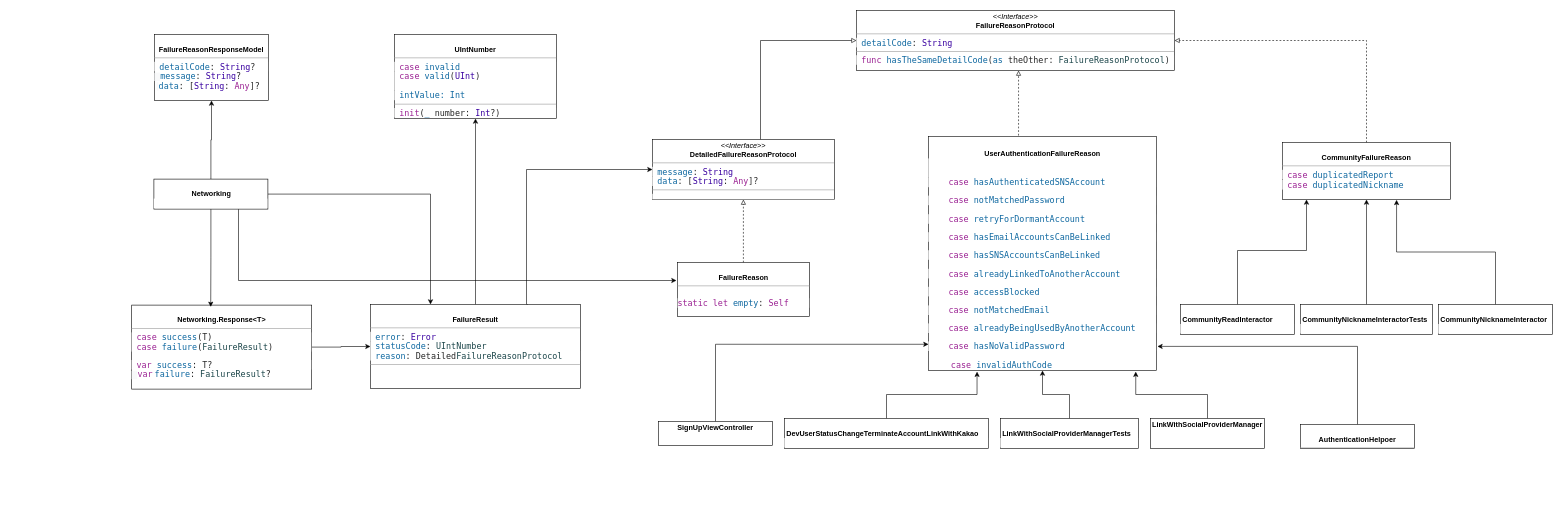
Above: Networking.drawio in gookhee/diagrams (draw.io), before the change. Source tidied: cells renumbered, new cells numbered last; positions are measured from the earlier drawing's top-left corner, leaving out a move shared by most shapes. Both pictures are drawn from the tidied source at 60%, with x=0, y=0 at pixel (131, 10).
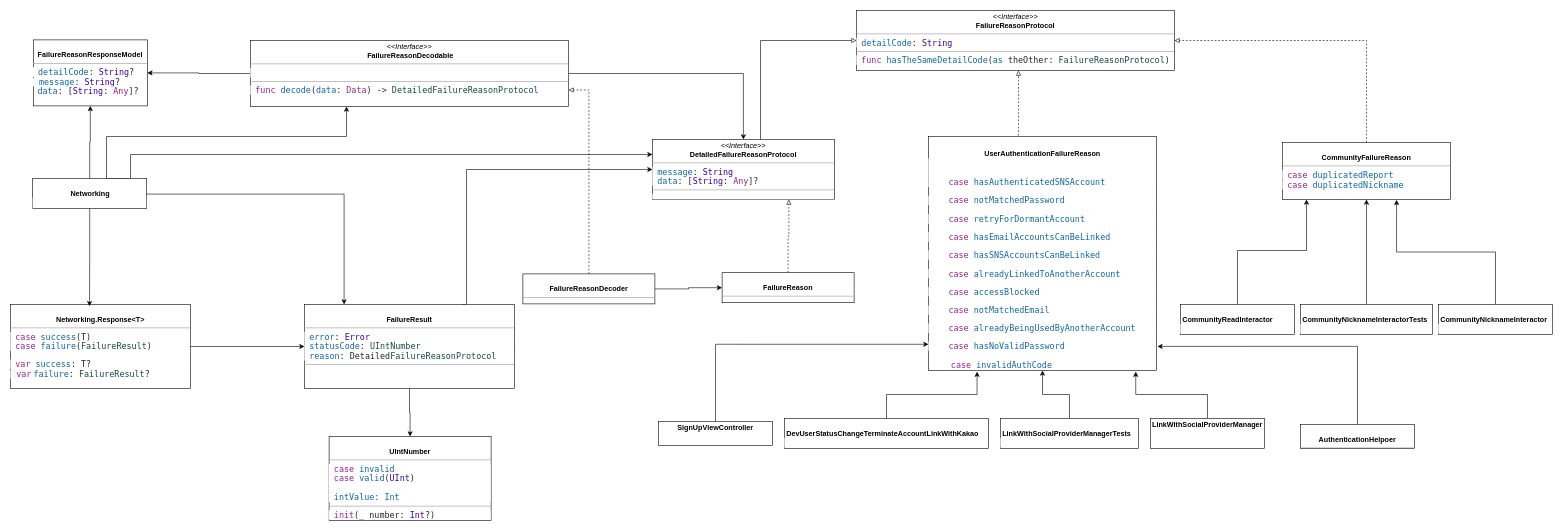
After the change.

Unchanged cells that the change refers to:
```xml
<mxCell id="38" value="&lt;p style=&quot;margin: 0px ; margin-top: 4px ; text-align: center&quot;&gt;&lt;i&gt;&amp;lt;&amp;lt;Interface&amp;gt;&amp;gt;&lt;/i&gt;&lt;br&gt;&lt;b&gt;DetailedFailureReasonProtocol&lt;/b&gt;&lt;/p&gt;&lt;hr size=&quot;1&quot;&gt;&lt;p style=&quot;margin: 0px ; font-stretch: normal ; font-size: 14px ; line-height: normal ; font-family: &amp;#34;menlo&amp;#34; ; background-color: rgb(255 , 255 , 255)&quot;&gt;&lt;span style=&quot;color: rgba(0 , 0 , 0 , 0.85)&quot;&gt;&amp;nbsp;&lt;/span&gt;&lt;span style=&quot;color: rgb(15 , 104 , 160)&quot;&gt;message&lt;/span&gt;&lt;span style=&quot;color: rgba(0 , 0 , 0 , 0.85)&quot;&gt;:&amp;nbsp;&lt;/span&gt;&lt;span style=&quot;color: rgb(57 , 0 , 160)&quot;&gt;String&lt;/span&gt;&lt;/p&gt;&lt;p style=&quot;margin: 0px ; font-stretch: normal ; font-size: 14px ; line-height: normal ; font-family: &amp;#34;menlo&amp;#34; ; color: rgba(0 , 0 , 0 , 0.85) ; background-color: rgb(255 , 255 , 255)&quot;&gt;&amp;nbsp;&lt;span style=&quot;color: rgb(15 , 104 , 160)&quot;&gt;data&lt;/span&gt;: [&lt;span style=&quot;color: rgb(57 , 0 , 160)&quot;&gt;String&lt;/span&gt;:&amp;nbsp;&lt;span style=&quot;color: rgb(155 , 35 , 147)&quot;&gt;Any&lt;/span&gt;]?&lt;/p&gt;&lt;hr size=&quot;1&quot;&gt;&lt;p style=&quot;margin: 0px ; font-stretch: normal ; font-size: 14px ; line-height: normal ; font-family: &amp;#34;menlo&amp;#34; ; color: rgb(15 , 104 , 160) ; background-color: rgb(255 , 255 , 255)&quot;&gt;&lt;br&gt;&lt;/p&gt;" style="verticalAlign=top;align=left;overflow=fill;fontSize=12;fontFamily=Helvetica;html=1;" parent="1" vertex="1">
  <mxGeometry x="868" y="215" width="303" height="100" as="geometry" />
</mxCell>
```

Diff of the diagram source:
```diff
@@
-    <mxCell id="4" style="edgeStyle=orthogonalEdgeStyle;rounded=0;jettySize=auto;html=1;entryX=0.5;entryY=1;entryDx=0;entryDy=0;endArrow=block;endFill=0;dashed=1;" parent="1" edge="1" source="5" target="38">
+    <mxCell id="4" style="edgeStyle=orthogonalEdgeStyle;rounded=0;jettySize=auto;html=1;entryX=0.75;entryY=1;entryDx=0;entryDy=0;endArrow=block;endFill=0;dashed=1;" parent="1" edge="1" source="5" target="38">
       <mxGeometry relative="1" as="geometry" />
     </mxCell>
-    <mxCell id="5" value="&lt;p style=&quot;margin: 0px ; margin-top: 4px ; text-align: center&quot;&gt;&lt;br&gt;&lt;b&gt;FailureReason&lt;/b&gt;&lt;/p&gt;&lt;hr size=&quot;1&quot;&gt;&lt;p style=&quot;margin: 0px ; font-stretch: normal ; font-size: 14px ; line-height: normal ; font-family: &amp;#34;menlo&amp;#34; ; background-color: rgb(255 , 255 , 255)&quot;&gt;&lt;/p&gt;&lt;p style=&quot;margin: 0px ; margin-left: 4px&quot;&gt;&lt;br&gt;&lt;/p&gt;&lt;p style=&quot;margin: 0px ; font-stretch: normal ; font-size: 14px ; line-height: normal ; font-family: &amp;#34;menlo&amp;#34; ; color: rgb(155 , 35 , 147) ; background-color: rgb(255 , 255 , 255)&quot;&gt;static&lt;span style=&quot;color: rgba(0 , 0 , 0 , 0.85)&quot;&gt; &lt;/span&gt;let&lt;span style=&quot;color: rgba(0 , 0 , 0 , 0.85)&quot;&gt; &lt;/span&gt;&lt;span style=&quot;color: #0f68a0&quot;&gt;empty&lt;/span&gt;&lt;span style=&quot;color: rgba(0 , 0 , 0 , 0.85)&quot;&gt;: &lt;/span&gt;Self&lt;/p&gt;" style="verticalAlign=top;align=left;overflow=fill;fontSize=12;fontFamily=Helvetica;html=1;" parent="1" vertex="1">
-      <mxGeometry x="909.5" y="420" width="220" height="90" as="geometry" />
+    <mxCell id="5" value="&lt;p style=&quot;margin: 0px ; margin-top: 4px ; text-align: center&quot;&gt;&lt;br&gt;&lt;b&gt;FailureReason&lt;/b&gt;&lt;/p&gt;&lt;hr size=&quot;1&quot;&gt;&lt;p style=&quot;margin: 0px ; font-stretch: normal ; font-size: 14px ; line-height: normal ; font-family: &amp;#34;menlo&amp;#34; ; background-color: rgb(255 , 255 , 255)&quot;&gt;&lt;/p&gt;&lt;p style=&quot;margin: 0px ; margin-left: 4px&quot;&gt;&lt;br&gt;&lt;/p&gt;&lt;p style=&quot;margin: 0px ; font-stretch: normal ; font-size: 14px ; line-height: normal ; font-family: &amp;#34;menlo&amp;#34; ; color: rgb(155 , 35 , 147) ; background-color: rgb(255 , 255 , 255)&quot;&gt;&lt;br&gt;&lt;/p&gt;" style="verticalAlign=top;align=left;overflow=fill;fontSize=12;fontFamily=Helvetica;html=1;" parent="1" vertex="1">
+      <mxGeometry x="984" y="437" width="220" height="50" as="geometry" />
     </mxCell>
@@
     <mxCell id="8" style="edgeStyle=orthogonalEdgeStyle;rounded=0;jettySize=auto;html=1;endArrow=classic;endFill=1;entryX=0;entryY=0.5;entryDx=0;entryDy=0;exitX=0.75;exitY=0;exitDx=0;exitDy=0;" parent="1" edge="1" source="10" target="38">
       <mxGeometry relative="1" as="geometry">
         <Array as="points">
-          <mxPoint x="658" y="490" />
-          <mxPoint x="658" y="265" />
+          <mxPoint x="558" y="490" />
+          <mxPoint x="558" y="265" />
         </Array>
       </mxGeometry>
     </mxCell>
-    <mxCell id="9" style="edgeStyle=orthogonalEdgeStyle;rounded=0;jettySize=auto;html=1;entryX=0.5;entryY=1;entryDx=0;entryDy=0;endArrow=classic;endFill=1;" parent="1" edge="1" source="10" target="11">
+    <mxCell id="9" style="edgeStyle=orthogonalEdgeStyle;rounded=0;jettySize=auto;html=1;endArrow=classic;endFill=1;" parent="1" edge="1" source="10" target="11">
       <mxGeometry relative="1" as="geometry" />
     </mxCell>
     <mxCell id="10" value="&lt;p style=&quot;margin: 0px ; margin-top: 4px ; text-align: center&quot;&gt;&lt;br&gt;&lt;b&gt;FailureResult&lt;/b&gt;&lt;/p&gt;&lt;hr size=&quot;1&quot;&gt;&lt;p style=&quot;margin: 0px ; font-stretch: normal ; font-size: 14px ; line-height: normal ; font-family: &amp;#34;menlo&amp;#34; ; color: rgb(15 , 104 , 160)&quot;&gt;&lt;span style=&quot;background-color: #ffffff&quot;&gt;&amp;nbsp;error&lt;/span&gt;&lt;span style=&quot;color: rgba(0 , 0 , 0 , 0.85) ; background-color: #ffffff&quot;&gt;: &lt;/span&gt;&lt;span style=&quot;color: #3900a0 ; background-color: #ffffff&quot;&gt;Error&lt;/span&gt;&lt;/p&gt;&lt;p style=&quot;margin: 0px ; font-stretch: normal ; font-size: 14px ; line-height: normal ; font-family: &amp;#34;menlo&amp;#34; ; color: rgb(15 , 104 , 160)&quot;&gt;&lt;span style=&quot;background-color: #ffffff&quot;&gt;&amp;nbsp;statusCode&lt;/span&gt;&lt;span style=&quot;color: rgba(0 , 0 , 0 , 0.85) ; background-color: #ffffff&quot;&gt;: &lt;/span&gt;&lt;span style=&quot;color: #1c464a ; background-color: #ffffff&quot;&gt;UIntNumber&lt;/span&gt;&lt;/p&gt;&lt;p style=&quot;margin: 0px ; font-stretch: normal ; font-size: 14px ; line-height: normal ; font-family: &amp;#34;menlo&amp;#34; ; color: rgb(28 , 70 , 74) ; background-color: rgb(255 , 255 , 255)&quot;&gt;&lt;span style=&quot;color: #0f68a0&quot;&gt;&amp;nbsp;reason&lt;/span&gt;&lt;span style=&quot;color: rgba(0 , 0 , 0 , 0.85)&quot;&gt;: Detailed&lt;/span&gt;FailureReasonProtocol&lt;/p&gt;&lt;hr size=&quot;1&quot;&gt;&lt;p style=&quot;margin: 0px ; margin-left: 4px&quot;&gt;&lt;br&gt;&lt;/p&gt;" style="verticalAlign=top;align=left;overflow=fill;fontSize=12;fontFamily=Helvetica;html=1;" parent="1" vertex="1">
-      <mxGeometry x="398" y="490" width="350" height="140" as="geometry" />
+      <mxGeometry x="288" y="490" width="350" height="140" as="geometry" />
     </mxCell>
     <mxCell id="11" value="&lt;p style=&quot;margin: 0px ; margin-top: 4px ; text-align: center&quot;&gt;&lt;br&gt;&lt;b&gt;UIntNumber&lt;/b&gt;&lt;/p&gt;&lt;hr size=&quot;1&quot;&gt;&lt;p style=&quot;margin: 0px ; font-stretch: normal ; font-size: 14px ; line-height: normal ; font-family: &amp;#34;menlo&amp;#34; ; color: rgb(15 , 104 , 160) ; background-color: rgb(255 , 255 , 255)&quot;&gt;&lt;span style=&quot;color: #9b2393&quot;&gt;&amp;nbsp;case&lt;/span&gt;&lt;span style=&quot;color: rgba(0 , 0 , 0 , 0.85)&quot;&gt; &lt;/span&gt;invalid&lt;/p&gt;&lt;p style=&quot;margin: 0px ; font-stretch: normal ; font-size: 14px ; line-height: normal ; font-family: &amp;#34;menlo&amp;#34; ; color: rgba(0 , 0 , 0 , 0.85) ; background-color: rgb(255 , 255 , 255)&quot;&gt;&lt;span style=&quot;color: #9b2393&quot;&gt;&amp;nbsp;case&lt;/span&gt; &lt;span style=&quot;color: #0f68a0&quot;&gt;valid&lt;/span&gt;(&lt;span style=&quot;color: #3900a0&quot;&gt;UInt&lt;/span&gt;)&lt;/p&gt;&lt;p style=&quot;margin: 0px ; font-stretch: normal ; font-size: 14px ; line-height: normal ; font-family: &amp;#34;menlo&amp;#34; ; color: rgb(15 , 104 , 160) ; background-color: rgb(255 , 255 , 255)&quot;&gt;&amp;nbsp;&lt;/p&gt;&lt;p style=&quot;margin: 0px ; font-stretch: normal ; font-size: 14px ; line-height: normal ; font-family: &amp;#34;menlo&amp;#34; ; color: rgb(15 , 104 , 160) ; background-color: rgb(255 , 255 , 255)&quot;&gt;&amp;nbsp;intValue: Int&lt;/p&gt;&lt;hr size=&quot;1&quot;&gt;&lt;p style=&quot;margin: 0px ; font-stretch: normal ; font-size: 14px ; line-height: normal ; font-family: &amp;#34;menlo&amp;#34; ; color: rgba(0 , 0 , 0 , 0.85) ; background-color: rgb(255 , 255 , 255)&quot;&gt;&lt;span style=&quot;color: #9b2393&quot;&gt;&amp;nbsp;init&lt;/span&gt;(&lt;span style=&quot;color: #0f68a0&quot;&gt;_&lt;/span&gt; number: &lt;span style=&quot;color: #3900a0&quot;&gt;Int&lt;/span&gt;?)&lt;/p&gt;" style="verticalAlign=top;align=left;overflow=fill;fontSize=12;fontFamily=Helvetica;html=1;" parent="1" vertex="1">
-      <mxGeometry x="438" y="40" width="270" height="140" as="geometry" />
+      <mxGeometry x="329" y="710" width="270" height="140" as="geometry" />
     </mxCell>
@@
     <mxCell id="15" value="&lt;p style=&quot;margin: 0px ; margin-top: 4px ; text-align: center&quot;&gt;&lt;br&gt;&lt;b&gt;FailureReasonResponseModel&lt;/b&gt;&lt;/p&gt;&lt;hr size=&quot;1&quot;&gt;&lt;p style=&quot;margin: 0px ; font-stretch: normal ; font-size: 14px ; line-height: normal ; font-family: &amp;#34;menlo&amp;#34; ; background-color: rgb(255 , 255 , 255)&quot;&gt;&lt;/p&gt;&lt;p style=&quot;margin: 0px ; font-stretch: normal ; font-size: 14px ; line-height: normal ; font-family: &amp;#34;menlo&amp;#34; ; color: rgb(15 , 104 , 160) ; background-color: rgb(255 , 255 , 255)&quot;&gt;&lt;span style=&quot;color: rgba(0 , 0 , 0 , 0.85)&quot;&gt;&amp;nbsp;&lt;/span&gt;detailCode&lt;span style=&quot;color: rgba(0 , 0 , 0 , 0.85)&quot;&gt;: &lt;/span&gt;&lt;span style=&quot;color: #3900a0&quot;&gt;String&lt;/span&gt;&lt;span style=&quot;color: rgba(0 , 0 , 0 , 0.85)&quot;&gt;?&lt;/span&gt;&lt;/p&gt;&lt;p style=&quot;margin: 0px ; font-stretch: normal ; line-height: normal&quot;&gt;&lt;span style=&quot;background-color: rgb(248 , 249 , 250)&quot;&gt;&amp;nbsp; &amp;nbsp;&lt;/span&gt;&lt;span style=&quot;color: rgb(15 , 104 , 160) ; font-family: &amp;#34;menlo&amp;#34; ; font-size: 14px ; background-color: rgb(255 , 255 , 255)&quot;&gt;message&lt;/span&gt;&lt;font face=&quot;menlo&quot;&gt;&lt;span style=&quot;color: rgba(0 , 0 , 0 , 0.85) ; font-size: 14px ; background-color: rgb(255 , 255 , 255)&quot;&gt;: &lt;/span&gt;&lt;/font&gt;&lt;span style=&quot;color: rgb(57 , 0 , 160) ; font-family: &amp;#34;menlo&amp;#34; ; font-size: 14px ; background-color: rgb(255 , 255 , 255)&quot;&gt;String&lt;/span&gt;&lt;font face=&quot;menlo&quot;&gt;&lt;span style=&quot;color: rgba(0 , 0 , 0 , 0.85) ; font-size: 14px ; background-color: rgb(255 , 255 , 255)&quot;&gt;?&lt;/span&gt;&lt;/font&gt;&lt;/p&gt;&lt;p style=&quot;margin: 0px ; margin-left: 4px&quot;&gt;&lt;span style=&quot;background-color: rgb(248 , 249 , 250)&quot;&gt;&amp;nbsp;&lt;/span&gt;&lt;span style=&quot;font-family: &amp;#34;menlo&amp;#34; ; font-size: 14px ; background-color: rgb(255 , 255 , 255) ; color: rgb(15 , 104 , 160)&quot;&gt;data&lt;/span&gt;&lt;span style=&quot;color: rgba(0 , 0 , 0 , 0.85) ; font-family: &amp;#34;menlo&amp;#34; ; font-size: 14px ; background-color: rgb(255 , 255 , 255)&quot;&gt;: [&lt;/span&gt;&lt;span style=&quot;font-family: &amp;#34;menlo&amp;#34; ; font-size: 14px ; background-color: rgb(255 , 255 , 255) ; color: rgb(57 , 0 , 160)&quot;&gt;String&lt;/span&gt;&lt;span style=&quot;color: rgba(0 , 0 , 0 , 0.85) ; font-family: &amp;#34;menlo&amp;#34; ; font-size: 14px ; background-color: rgb(255 , 255 , 255)&quot;&gt;: &lt;/span&gt;&lt;span style=&quot;font-family: &amp;#34;menlo&amp;#34; ; font-size: 14px ; background-color: rgb(255 , 255 , 255) ; color: rgb(155 , 35 , 147)&quot;&gt;Any&lt;/span&gt;&lt;span style=&quot;color: rgba(0 , 0 , 0 , 0.85) ; font-family: &amp;#34;menlo&amp;#34; ; font-size: 14px ; background-color: rgb(255 , 255 , 255)&quot;&gt;]?&lt;/span&gt;&lt;br&gt;&lt;/p&gt;" style="verticalAlign=top;align=left;overflow=fill;fontSize=12;fontFamily=Helvetica;html=1;" parent="1" vertex="1">
-      <mxGeometry x="38" y="40" width="190" height="110" as="geometry" />
+      <mxGeometry x="-164" y="49" width="190" height="110" as="geometry" />
     </mxCell>
@@
     <mxCell id="17" value="&lt;p style=&quot;margin: 0px ; margin-top: 4px ; text-align: center&quot;&gt;&lt;br&gt;&lt;b&gt;Networking.Response&amp;lt;T&amp;gt;&lt;/b&gt;&lt;/p&gt;&lt;hr size=&quot;1&quot;&gt;&lt;p style=&quot;margin: 0px ; font-stretch: normal ; font-size: 14px ; line-height: normal ; font-family: &amp;#34;menlo&amp;#34; ; background-color: rgb(255 , 255 , 255)&quot;&gt;&lt;/p&gt;&lt;p style=&quot;margin: 0px ; font-stretch: normal ; font-size: 14px ; line-height: normal ; font-family: &amp;#34;menlo&amp;#34; ; color: rgba(0 , 0 , 0 , 0.85) ; background-color: rgb(255 , 255 , 255)&quot;&gt;&amp;nbsp;&lt;span style=&quot;color: #9b2393&quot;&gt;case&lt;/span&gt; &lt;span style=&quot;color: #0f68a0&quot;&gt;success&lt;/span&gt;(T)&lt;/p&gt;&lt;p style=&quot;margin: 0px ; font-stretch: normal ; font-size: 14px ; line-height: normal ; font-family: &amp;#34;menlo&amp;#34; ; color: rgb(28 , 70 , 74) ; background-color: rgb(255 , 255 , 255)&quot;&gt;&lt;span style=&quot;color: rgba(0 , 0 , 0 , 0.85)&quot;&gt;&amp;nbsp;&lt;/span&gt;&lt;span style=&quot;color: #9b2393&quot;&gt;case&lt;/span&gt;&lt;span style=&quot;color: rgba(0 , 0 , 0 , 0.85)&quot;&gt; &lt;/span&gt;&lt;span style=&quot;color: #0f68a0&quot;&gt;failure&lt;/span&gt;&lt;span style=&quot;color: rgba(0 , 0 , 0 , 0.85)&quot;&gt;(&lt;/span&gt;FailureResult&lt;span style=&quot;color: rgba(0 , 0 , 0 , 0.85)&quot;&gt;)&lt;/span&gt;&lt;/p&gt;&lt;div&gt;&lt;span style=&quot;color: rgba(0 , 0 , 0 , 0.85)&quot;&gt;&lt;br&gt;&lt;/span&gt;&lt;/div&gt;&lt;div&gt;&lt;p style=&quot;margin: 0px ; font-stretch: normal ; font-size: 14px ; line-height: normal ; font-family: &amp;#34;menlo&amp;#34; ; color: rgba(0 , 0 , 0 , 0.85) ; background-color: rgb(255 , 255 , 255)&quot;&gt;&amp;nbsp;&lt;span style=&quot;color: #9b2393&quot;&gt;var&lt;/span&gt; &lt;span style=&quot;color: #0f68a0&quot;&gt;success&lt;/span&gt;: T?&lt;/p&gt;&lt;p style=&quot;margin: 0px ; font-stretch: normal ; line-height: normal ; min-height: 16px&quot;&gt;&lt;span style=&quot;background-color: rgb(248 , 249 , 250)&quot;&gt;&amp;nbsp; &amp;nbsp;&lt;/span&gt;&lt;span style=&quot;font-family: &amp;#34;menlo&amp;#34; ; font-size: 14px ; background-color: rgb(255 , 255 , 255) ; color: rgb(155 , 35 , 147)&quot;&gt;var&lt;/span&gt; &lt;span style=&quot;font-family: &amp;#34;menlo&amp;#34; ; font-size: 14px ; background-color: rgb(255 , 255 , 255) ; color: rgb(15 , 104 , 160)&quot;&gt;failure&lt;/span&gt;&lt;span style=&quot;font-family: &amp;#34;menlo&amp;#34; ; font-size: 14px ; background-color: rgb(255 , 255 , 255) ; color: rgba(0 , 0 , 0 , 0.85)&quot;&gt;: &lt;/span&gt;&lt;span style=&quot;font-family: &amp;#34;menlo&amp;#34; ; font-size: 14px ; background-color: rgb(255 , 255 , 255) ; color: rgb(28 , 70 , 74)&quot;&gt;FailureResult&lt;/span&gt;&lt;span style=&quot;font-family: &amp;#34;menlo&amp;#34; ; font-size: 14px ; background-color: rgb(255 , 255 , 255) ; color: rgba(0 , 0 , 0 , 0.85)&quot;&gt;?&lt;/span&gt;&lt;br&gt;&lt;/p&gt;&lt;/div&gt;" style="verticalAlign=top;align=left;overflow=fill;fontSize=12;fontFamily=Helvetica;html=1;" parent="1" vertex="1">
-      <mxGeometry y="491" width="300" height="140" as="geometry" />
+      <mxGeometry x="-202" y="490" width="300" height="140" as="geometry" />
     </mxCell>
@@
-    <mxCell id="20" style="edgeStyle=orthogonalEdgeStyle;rounded=0;jettySize=auto;html=1;endArrow=classic;endFill=1;" parent="1" edge="1" source="22">
+    <mxCell id="20" style="edgeStyle=orthogonalEdgeStyle;rounded=0;orthogonalLoop=1;jettySize=auto;html=1;endArrow=classic;endFill=1;" parent="1" edge="1">
       <mxGeometry relative="1" as="geometry">
-        <mxPoint x="498" y="490" as="targetPoint" />
+        <mxPoint x="-119" y="306" as="sourcePoint" />
+        <mxPoint x="354" y="490" as="targetPoint" />
         <Array as="points">
-          <mxPoint x="498" y="306" />
+          <mxPoint x="354" y="306" />
         </Array>
       </mxGeometry>
     </mxCell>
-    <mxCell id="21" style="edgeStyle=orthogonalEdgeStyle;rounded=0;jettySize=auto;html=1;endArrow=classic;endFill=1;" parent="1" edge="1" source="22">
-      <mxGeometry relative="1" as="geometry">
-        <mxPoint x="908" y="450" as="targetPoint" />
-        <Array as="points">
-          <mxPoint x="178" y="450" />
-        </Array>
-      </mxGeometry>
-    </mxCell>
+    <mxCell id="39" style="edgeStyle=orthogonalEdgeStyle;rounded=0;jettySize=auto;html=1;endArrow=classic;endFill=1;" parent="1" edge="1" source="22" target="43">
+      <mxGeometry relative="1" as="geometry">
+        <Array as="points">
+          <mxPoint x="-42" y="210" />
+          <mxPoint x="358" y="210" />
+        </Array>
+      </mxGeometry>
+    </mxCell>
+    <mxCell id="40" style="edgeStyle=orthogonalEdgeStyle;rounded=0;jettySize=auto;html=1;entryX=0;entryY=0.25;entryDx=0;entryDy=0;endArrow=classic;endFill=1;" parent="1" edge="1" target="38">
+      <mxGeometry relative="1" as="geometry">
+        <mxPoint x="-43" y="280" as="sourcePoint" />
+        <Array as="points">
+          <mxPoint x="-2" y="280" />
+          <mxPoint x="-2" y="240" />
+        </Array>
+      </mxGeometry>
+    </mxCell>
     <mxCell id="22" value="&lt;p style=&quot;margin: 0px ; margin-top: 4px ; text-align: center&quot;&gt;&lt;br&gt;&lt;/p&gt;&lt;span style=&quot;text-align: center&quot;&gt;&lt;b&gt;&amp;nbsp; &amp;nbsp; &amp;nbsp; &amp;nbsp; &amp;nbsp; &amp;nbsp; &amp;nbsp; &amp;nbsp; &amp;nbsp; &amp;nbsp;Networking&lt;/b&gt;&lt;/span&gt;&lt;p style=&quot;margin: 0px ; font-stretch: normal ; font-size: 14px ; line-height: normal ; font-family: &amp;#34;menlo&amp;#34; ; background-color: rgb(255 , 255 , 255)&quot;&gt;&lt;br&gt;&lt;/p&gt;&lt;hr size=&quot;1&quot;&gt;&lt;p style=&quot;margin: 0px ; margin-left: 4px&quot;&gt;&lt;br&gt;&lt;/p&gt;" style="verticalAlign=top;align=left;overflow=fill;fontSize=12;fontFamily=Helvetica;html=1;" parent="1" vertex="1">
-      <mxGeometry x="37" y="281" width="190" height="50" as="geometry" />
+      <mxGeometry x="-165" y="280" width="190" height="50" as="geometry" />
     </mxCell>
@@
+    <mxCell id="41" style="edgeStyle=orthogonalEdgeStyle;rounded=0;jettySize=auto;html=1;endArrow=classic;endFill=1;" parent="1" edge="1" source="43" target="38">
+      <mxGeometry relative="1" as="geometry" />
+    </mxCell>
+    <mxCell id="42" style="edgeStyle=orthogonalEdgeStyle;rounded=0;jettySize=auto;html=1;entryX=1;entryY=0.5;entryDx=0;entryDy=0;endArrow=classic;endFill=1;" parent="1" edge="1" source="43" target="15">
+      <mxGeometry relative="1" as="geometry" />
+    </mxCell>
+    <mxCell id="43" value="&lt;p style=&quot;margin: 0px ; margin-top: 4px ; text-align: center&quot;&gt;&lt;i&gt;&amp;lt;&amp;lt;Interface&amp;gt;&amp;gt;&lt;/i&gt;&lt;br&gt;&lt;b&gt;&amp;nbsp;FailureReasonDecodable&lt;/b&gt;&lt;/p&gt;&lt;hr size=&quot;1&quot;&gt;&lt;p style=&quot;margin: 0px ; font-stretch: normal ; font-size: 14px ; line-height: normal ; font-family: &amp;#34;menlo&amp;#34; ; background-color: rgb(255 , 255 , 255)&quot;&gt;&lt;br&gt;&lt;/p&gt;&lt;hr size=&quot;1&quot;&gt;&lt;p style=&quot;margin: 0px ; font-stretch: normal ; font-size: 14px ; line-height: normal ; font-family: &amp;#34;menlo&amp;#34; ; background-color: rgb(255 , 255 , 255)&quot;&gt;&lt;font color=&quot;#0f68a0&quot;&gt;&amp;nbsp;&lt;/font&gt;&lt;span style=&quot;color: rgb(155 , 35 , 147) ; font-family: &amp;#34;menlo&amp;#34;&quot;&gt;func&lt;/span&gt;&lt;span style=&quot;color: rgba(0 , 0 , 0 , 0.85) ; font-family: &amp;#34;menlo&amp;#34;&quot;&gt; &lt;/span&gt;&lt;span style=&quot;color: rgb(15 , 104 , 160) ; font-family: &amp;#34;menlo&amp;#34;&quot;&gt;decode&lt;/span&gt;&lt;span style=&quot;color: rgba(0 , 0 , 0 , 0.85) ; font-family: &amp;#34;menlo&amp;#34;&quot;&gt;(&lt;/span&gt;&lt;span style=&quot;color: rgb(15 , 104 , 160) ; font-family: &amp;#34;menlo&amp;#34;&quot;&gt;data&lt;/span&gt;&lt;span style=&quot;color: rgba(0 , 0 , 0 , 0.85) ; font-family: &amp;#34;menlo&amp;#34;&quot;&gt;: &lt;/span&gt;&lt;span style=&quot;font-family: &amp;#34;menlo&amp;#34;&quot;&gt;&lt;font color=&quot;#9b2393&quot;&gt;Data&lt;/font&gt;&lt;/span&gt;&lt;span style=&quot;color: rgba(0 , 0 , 0 , 0.85) ; font-family: &amp;#34;menlo&amp;#34;&quot;&gt;) -&amp;gt; &lt;/span&gt;&lt;span style=&quot;color: rgb(28 , 70 , 74) ; font-family: &amp;#34;menlo&amp;#34;&quot;&gt;DetailedFailureReasonProtocol&lt;/span&gt;&lt;/p&gt;" style="verticalAlign=top;align=left;overflow=fill;fontSize=12;fontFamily=Helvetica;html=1;" parent="1" vertex="1">
+      <mxGeometry x="198" y="50" width="530" height="110" as="geometry" />
+    </mxCell>
+    <mxCell id="44" style="edgeStyle=orthogonalEdgeStyle;rounded=0;jettySize=auto;html=1;entryX=1;entryY=0.75;entryDx=0;entryDy=0;endArrow=block;endFill=0;dashed=1;" parent="1" edge="1" source="46" target="43">
+      <mxGeometry relative="1" as="geometry" />
+    </mxCell>
+    <mxCell id="45" style="edgeStyle=orthogonalEdgeStyle;rounded=0;jettySize=auto;html=1;endArrow=classic;endFill=1;" parent="1" edge="1" source="46" target="5">
+      <mxGeometry relative="1" as="geometry" />
+    </mxCell>
+    <mxCell id="46" value="&lt;p style=&quot;margin: 0px ; margin-top: 4px ; text-align: center&quot;&gt;&lt;br&gt;&lt;b&gt;FailureReasonDecoder&lt;/b&gt;&lt;/p&gt;&lt;hr size=&quot;1&quot;&gt;&lt;p style=&quot;margin: 0px ; font-stretch: normal ; font-size: 14px ; line-height: normal ; font-family: &amp;#34;menlo&amp;#34; ; background-color: rgb(255 , 255 , 255)&quot;&gt;&lt;/p&gt;&lt;p style=&quot;margin: 0px ; margin-left: 4px&quot;&gt;&lt;br&gt;&lt;/p&gt;&lt;p style=&quot;margin: 0px ; font-stretch: normal ; font-size: 14px ; line-height: normal ; font-family: &amp;#34;menlo&amp;#34; ; color: rgb(155 , 35 , 147) ; background-color: rgb(255 , 255 , 255)&quot;&gt;&lt;br&gt;&lt;/p&gt;" style="verticalAlign=top;align=left;overflow=fill;fontSize=12;fontFamily=Helvetica;html=1;" parent="1" vertex="1">
+      <mxGeometry x="652" y="439" width="220" height="50" as="geometry" />
+    </mxCell>
```
